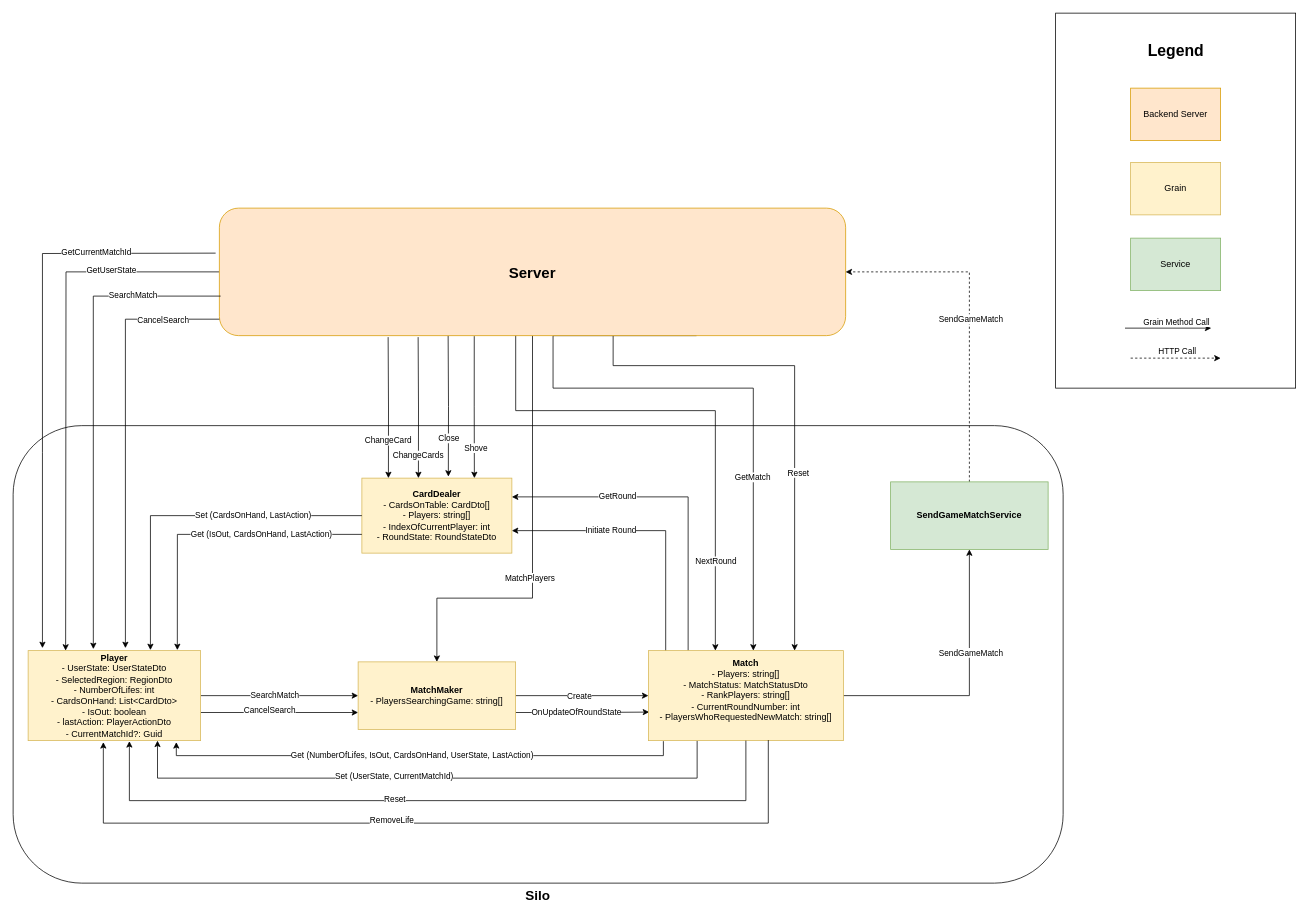
Above: images/actor-architecture.drawio in fredicinho/schnauz (draw.io), before the change. Source tidied: cells renumbered, new cells numbered last; positions are measured from the earlier drawing's top-left corner, leaving out a move shared by most shapes. Both pictures are drawn from the tidied source at 75%, with x=0, y=0 at pixel (13, 13).
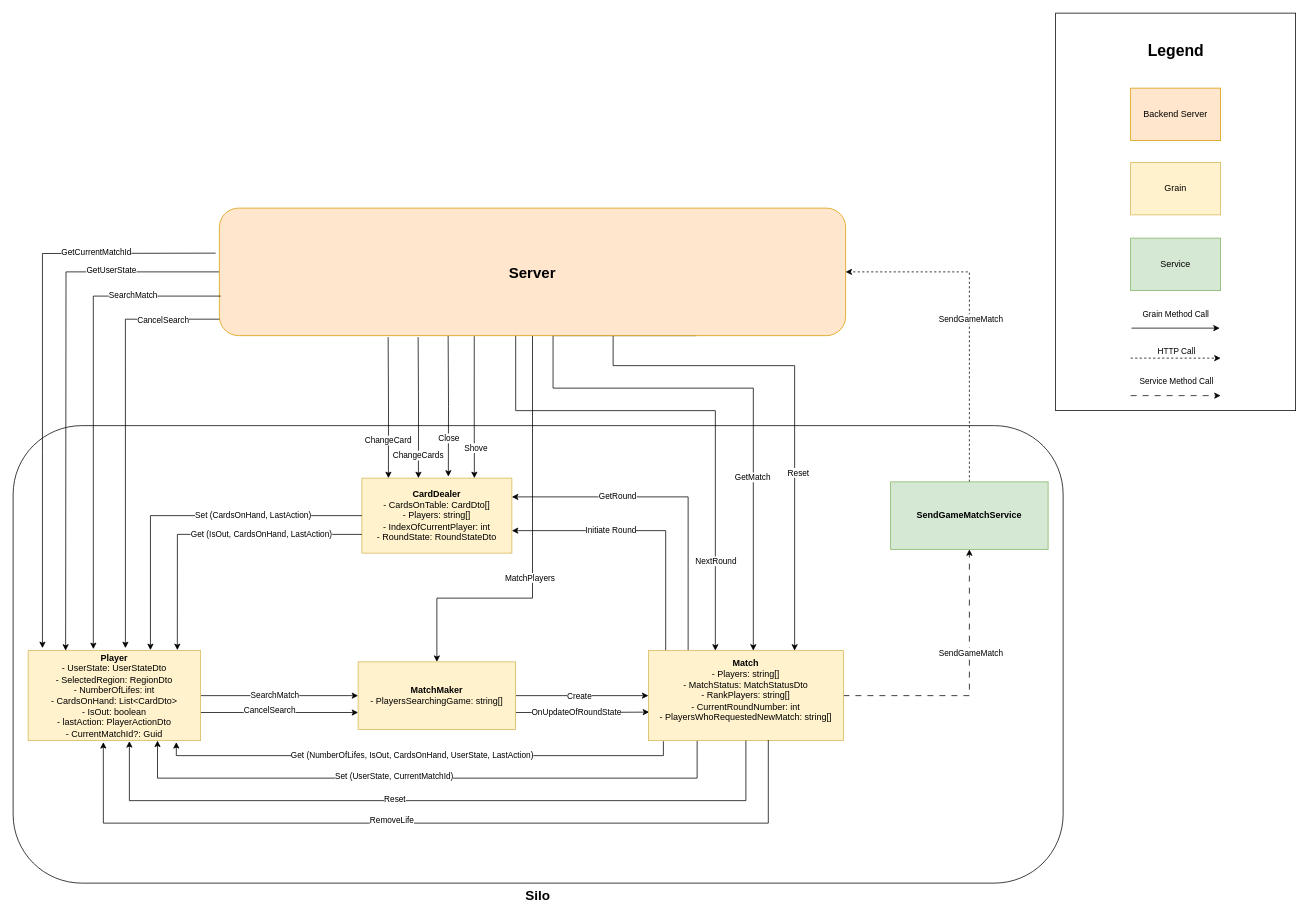
The same page after the edit.

Commit message (it also covers changes not shown here):
Update actor architecture diagram

The change refers to these unchanged cells:
```xml
<mxCell id="23" value="&lt;b&gt;Match&lt;/b&gt;&lt;div&gt;- Players: string[]&lt;/div&gt;&lt;div&gt;- MatchStatus: MatchStatusDto&lt;/div&gt;&lt;div&gt;- RankPlayers: string[]&lt;/div&gt;&lt;div&gt;- CurrentRoundNumber: int&lt;/div&gt;&lt;div&gt;- PlayersWhoRequestedNewMatch: string[]&lt;/div&gt;&lt;div&gt;&lt;br&gt;&lt;/div&gt;" style="rounded=0;whiteSpace=wrap;html=1;fillColor=#fff2cc;strokeColor=#d6b656;" parent="1" vertex="1">
  <mxGeometry x="847" y="850" width="260" height="120" as="geometry" />
</mxCell>
<mxCell id="45" value="&lt;b&gt;SendGameMatchService&lt;/b&gt;" style="rounded=0;whiteSpace=wrap;html=1;fillColor=#d5e8d4;strokeColor=#82b366;" parent="1" vertex="1">
  <mxGeometry x="1170" y="625" width="210" height="90" as="geometry" />
</mxCell>
<mxCell id="48" style="endArrow=classic;html=1;rounded=0;dashed=1;" parent="1" edge="1">
  <mxGeometry relative="1" as="geometry">
    <mxPoint x="1490" y="460" as="sourcePoint" />
    <mxPoint x="1610" y="460" as="targetPoint" />
  </mxGeometry>
</mxCell>
```

What changed in the source:
```diff
@@
     <mxCell id="2" style="rounded=0;whiteSpace=wrap;html=1;" parent="1" vertex="1">
-      <mxGeometry x="1390" width="320" height="500" as="geometry" />
+      <mxGeometry x="1390" width="320" height="530" as="geometry" />
     </mxCell>
@@
-    <mxCell id="15" style="edgeStyle=orthogonalEdgeStyle;rounded=0;jettySize=auto;html=1;entryX=0.5;entryY=1;entryDx=0;entryDy=0;" parent="1" edge="1" source="23" target="45">
+    <mxCell id="15" style="edgeStyle=orthogonalEdgeStyle;rounded=0;jettySize=auto;html=1;entryX=0.5;entryY=1;entryDx=0;entryDy=0;strokeWidth=1;strokeColor=light-dark(#000000,#EDEDED);dashed=1;dashPattern=8 8;" parent="1" edge="1" source="23" target="45">
       <mxGeometry relative="1" as="geometry" />
     </mxCell>
@@
     <mxCell id="46" style="endArrow=classic;html=1;rounded=0;" parent="1" edge="1">
       <mxGeometry relative="1" as="geometry">
-        <mxPoint x="1482.5" y="420" as="sourcePoint" />
-        <mxPoint x="1597.5" y="420" as="targetPoint" />
+        <mxPoint x="1491.2" y="420" as="sourcePoint" />
+        <mxPoint x="1608.8" y="420" as="targetPoint" />
       </mxGeometry>
     </mxCell>
     <mxCell id="47" value="Grain Method Call" style="edgeLabel;html=1;align=center;verticalAlign=bottom;labelPosition=center;verticalLabelPosition=top;" parent="46" vertex="1">
       <mxGeometry x="0.05" y="-3" relative="1" as="geometry">
-        <mxPoint x="8" y="-3" as="offset" />
+        <mxPoint x="-4" y="-13" as="offset" />
       </mxGeometry>
     </mxCell>
@@
     <mxCell id="49" value="HTTP Call" style="edgeLabel;html=1;align=center;verticalAlign=middle;" parent="48" vertex="1">
       <mxGeometry x="-0.17" relative="1" as="geometry">
-        <mxPoint x="11" y="-10" as="offset" />
+        <mxPoint x="10" y="-10" as="offset" />
       </mxGeometry>
     </mxCell>
@@
+    <mxCell id="69" style="endArrow=classic;html=1;rounded=0;strokeWidth=1;strokeColor=light-dark(#080808,#EDEDED);dashed=1;dashPattern=8 8;" parent="1" edge="1">
+      <mxGeometry relative="1" as="geometry">
+        <mxPoint x="1490" y="510" as="sourcePoint" />
+        <mxPoint x="1610" y="510" as="targetPoint" />
+      </mxGeometry>
+    </mxCell>
+    <mxCell id="70" value="Service Method Call" style="edgeLabel;html=1;align=center;verticalAlign=middle;" parent="69" vertex="1">
+      <mxGeometry x="-0.17" relative="1" as="geometry">
+        <mxPoint x="10" y="-20" as="offset" />
+      </mxGeometry>
+    </mxCell>
```
